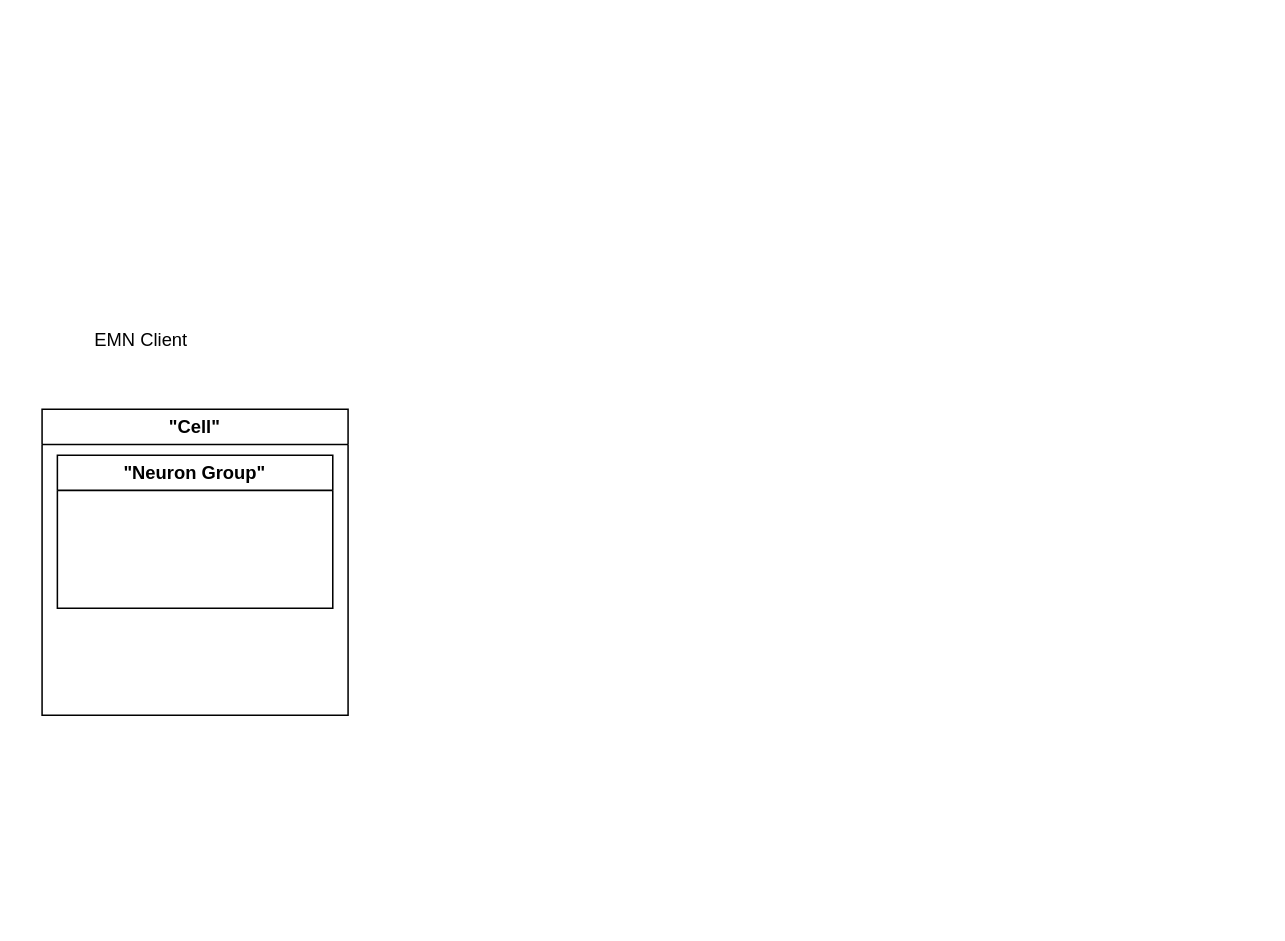
The draw.io diagram Architecture/EMN.drawio in Ihaventusername/EvolutionaryMathbasedNetwork, before the edit. Source tidied: cells renumbered, new cells numbered last; positions are measured from the earlier drawing's top-left corner, leaving out a move shared by most shapes. Both pictures are drawn from the tidied source at 153%, with x=0, y=0 at pixel (41, 317).
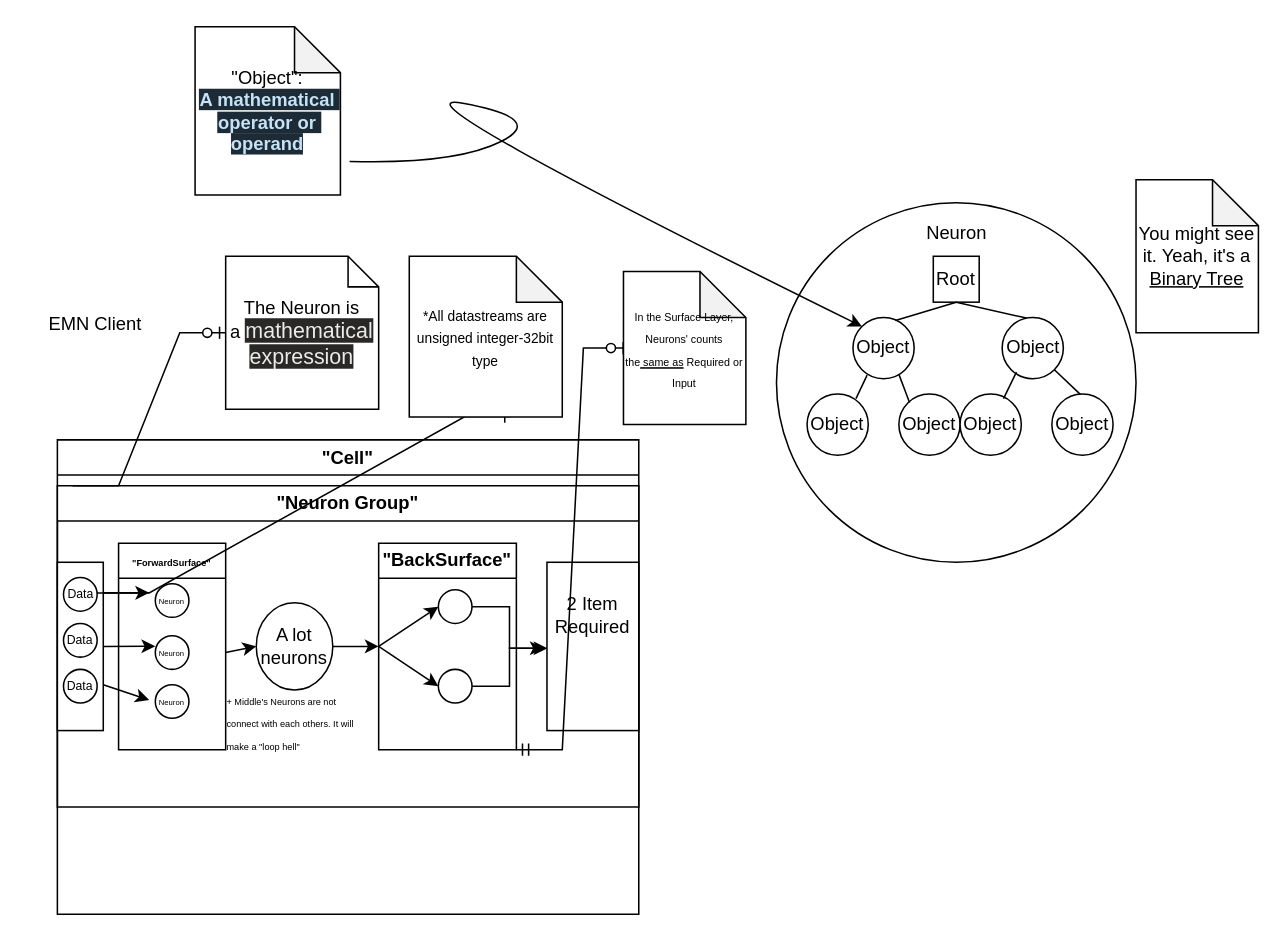
The same diagram, later.

What changed in the source:
```diff
@@
     <mxCell id="2" value="EMN Client" style="text;html=1;whiteSpace=wrap;strokeColor=none;fillColor=none;align=center;verticalAlign=middle;rounded=0;" parent="1" vertex="1">
-      <mxGeometry x="20" width="90" height="30" as="geometry" />
+      <mxGeometry x="-10" y="-10" width="90" height="30" as="geometry" />
     </mxCell>
-    <mxCell id="3" value="&quot;Cell&lt;span style=&quot;background-color: transparent; color: light-dark(rgb(0, 0, 0), rgb(255, 255, 255));&quot;&gt;&quot;&lt;/span&gt;" style="swimlane;whiteSpace=wrap;html=1;" parent="1" vertex="1">
-      <mxGeometry y="60" width="200" height="200" as="geometry" />
+    <mxCell id="3" value="&quot;Cell&lt;span style=&quot;background-color: transparent; color: light-dark(rgb(0, 0, 0), rgb(255, 255, 255));&quot;&gt;&quot;&lt;/span&gt;" style="swimlane;whiteSpace=wrap;html=1;horizontal=1;align=center;" parent="1" vertex="1">
+      <mxGeometry x="10" y="80" width="380" height="310" as="geometry" />
     </mxCell>
     <mxCell id="4" value="&quot;Neuron Group&quot;" style="swimlane;whiteSpace=wrap;html=1;" parent="3" vertex="1">
-      <mxGeometry x="10" y="30" width="180" height="100" as="geometry" />
+      <mxGeometry y="30" width="380" height="210" as="geometry" />
     </mxCell>
+    <mxCell id="5" value="&lt;font style=&quot;font-size: 6px;&quot;&gt;&quot;Forward&lt;/font&gt;&lt;span style=&quot;background-color: transparent; color: light-dark(rgb(0, 0, 0), rgb(255, 255, 255)); font-size: 6px;&quot;&gt;Surface&lt;/span&gt;&lt;span style=&quot;background-color: transparent; color: light-dark(rgb(0, 0, 0), rgb(255, 255, 255)); font-size: 6px;&quot;&gt;&quot;&lt;/span&gt;" style="swimlane;whiteSpace=wrap;html=1;startSize=23;" parent="4" vertex="1">
+      <mxGeometry x="40" y="37.5" width="70" height="135" as="geometry" />
+    </mxCell>
+    <mxCell id="6" style="ellipse;whiteSpace=wrap;html=1;" parent="5" vertex="1">
+      <mxGeometry x="24" y="26.5" width="22" height="22" as="geometry" />
+    </mxCell>
+    <mxCell id="7" style="ellipse;whiteSpace=wrap;html=1;" parent="5" vertex="1">
+      <mxGeometry x="24" y="60.5" width="22" height="22" as="geometry" />
+    </mxCell>
+    <mxCell id="8" style="ellipse;whiteSpace=wrap;html=1;" parent="5" vertex="1">
+      <mxGeometry x="24" y="92.5" width="22" height="22" as="geometry" />
+    </mxCell>
+    <mxCell id="9" value="Neuron" style="text;html=1;whiteSpace=wrap;strokeColor=none;fillColor=none;align=center;verticalAlign=middle;rounded=0;fontSize=5;" parent="5" vertex="1">
+      <mxGeometry x="5" y="22.5" width="60" height="30" as="geometry" />
+    </mxCell>
+    <mxCell id="10" value="Neuron" style="text;html=1;whiteSpace=wrap;strokeColor=none;fillColor=none;align=center;verticalAlign=middle;rounded=0;fontSize=5;" parent="5" vertex="1">
+      <mxGeometry x="5" y="88.5" width="60" height="30" as="geometry" />
+    </mxCell>
+    <mxCell id="11" value="Neuron" style="text;html=1;whiteSpace=wrap;strokeColor=none;fillColor=none;align=center;verticalAlign=middle;rounded=0;fontSize=5;" parent="5" vertex="1">
+      <mxGeometry x="5" y="56.5" width="60" height="30" as="geometry" />
+    </mxCell>
+    <mxCell id="12" style="endArrow=classic;html=1;rounded=0;exitX=0.773;exitY=0.467;exitDx=0;exitDy=0;exitPerimeter=0;entryX=0.25;entryY=0.333;entryDx=0;entryDy=0;entryPerimeter=0;" parent="5" edge="1">
+      <mxGeometry relative="1" as="geometry">
+        <mxPoint x="-10" y="67.5" as="sourcePoint" />
+        <mxPoint x="24" y="67.4" as="targetPoint" />
+      </mxGeometry>
+    </mxCell>
+    <mxCell id="13" style="endArrow=classic;html=1;rounded=0;exitX=0.773;exitY=0.467;exitDx=0;exitDy=0;exitPerimeter=0;entryX=0.25;entryY=0.467;entryDx=0;entryDy=0;entryPerimeter=0;" parent="5" edge="1" target="10">
+      <mxGeometry relative="1" as="geometry">
+        <mxPoint x="-10" y="92.6" as="sourcePoint" />
+      </mxGeometry>
+    </mxCell>
+    <mxCell id="14" value="&quot;BackSurface&lt;span style=&quot;background-color: transparent; color: light-dark(rgb(0, 0, 0), rgb(255, 255, 255));&quot;&gt;&quot;&lt;/span&gt;" style="swimlane;whiteSpace=wrap;html=1;startSize=23;" parent="4" vertex="1">
+      <mxGeometry x="210" y="37.5" width="90" height="135" as="geometry" />
+    </mxCell>
+    <mxCell id="15" style="ellipse;whiteSpace=wrap;html=1;" parent="14" vertex="1">
+      <mxGeometry x="39" y="30.5" width="22" height="22" as="geometry" />
+    </mxCell>
+    <mxCell id="16" style="ellipse;whiteSpace=wrap;html=1;" parent="14" vertex="1">
+      <mxGeometry x="39" y="82.5" width="22" height="22" as="geometry" />
+    </mxCell>
+    <mxCell id="17" style="endArrow=classic;html=1;rounded=0;exitX=0;exitY=0.5;exitDx=0;exitDy=0;entryX=0;entryY=0.5;entryDx=0;entryDy=0;" parent="14" edge="1" source="14" target="15">
+      <mxGeometry relative="1" as="geometry" />
+    </mxCell>
+    <mxCell id="18" style="endArrow=classic;html=1;rounded=0;exitX=0;exitY=0.5;exitDx=0;exitDy=0;entryX=0;entryY=0.5;entryDx=0;entryDy=0;" parent="14" edge="1" source="14" target="16">
+      <mxGeometry relative="1" as="geometry" />
+    </mxCell>
+    <mxCell id="19" style="rounded=0;whiteSpace=wrap;html=1;" parent="4" vertex="1">
+      <mxGeometry y="50" width="30" height="110" as="geometry" />
+    </mxCell>
+    <mxCell id="20" style="rounded=0;whiteSpace=wrap;html=1;" parent="4" vertex="1">
+      <mxGeometry x="320" y="50" width="60" height="110" as="geometry" />
+    </mxCell>
+    <mxCell id="21" style="ellipse;whiteSpace=wrap;html=1;" parent="4" vertex="1">
+      <mxGeometry x="4" y="60" width="22" height="22" as="geometry" />
+    </mxCell>
+    <mxCell id="22" style="ellipse;whiteSpace=wrap;html=1;" parent="4" vertex="1">
+      <mxGeometry x="4" y="90" width="22" height="22" as="geometry" />
+    </mxCell>
+    <mxCell id="23" style="ellipse;whiteSpace=wrap;html=1;" parent="4" vertex="1">
+      <mxGeometry x="4" y="120" width="22" height="22" as="geometry" />
+    </mxCell>
+    <mxCell id="24" value="Data" style="text;html=1;whiteSpace=wrap;strokeColor=none;fillColor=none;align=center;verticalAlign=middle;rounded=0;fontSize=8;" parent="4" vertex="1">
+      <mxGeometry x="-12.5" y="56" width="55" height="30" as="geometry" />
+    </mxCell>
+    <mxCell id="25" value="Data" style="text;html=1;whiteSpace=wrap;strokeColor=none;fillColor=none;align=center;verticalAlign=middle;rounded=0;fontSize=8;" parent="4" vertex="1">
+      <mxGeometry x="-15" y="116" width="60" height="30" as="geometry" />
+    </mxCell>
+    <mxCell id="26" value="Data" style="text;html=1;whiteSpace=wrap;strokeColor=none;fillColor=none;align=center;verticalAlign=middle;rounded=0;fontSize=8;" parent="4" vertex="1">
+      <mxGeometry x="-15" y="86" width="60" height="30" as="geometry" />
+    </mxCell>
+    <mxCell id="27" style="endArrow=classic;html=1;rounded=0;exitX=0.773;exitY=0.467;exitDx=0;exitDy=0;exitPerimeter=0;entryX=0.25;entryY=0.333;entryDx=0;entryDy=0;entryPerimeter=0;" parent="4" edge="1" target="9">
+      <mxGeometry relative="1" as="geometry">
+        <mxPoint x="26" y="70.1" as="sourcePoint" />
+      </mxGeometry>
+    </mxCell>
+    <mxCell id="28" style="edgeStyle=orthogonalEdgeStyle;rounded=0;jettySize=auto;html=1;exitX=1;exitY=0.5;exitDx=0;exitDy=0;entryX=0;entryY=0.5;entryDx=0;entryDy=0;" parent="4" edge="1" source="29" target="14">
+      <mxGeometry relative="1" as="geometry" />
+    </mxCell>
+    <mxCell id="29" value="A lot neurons" style="ellipse;whiteSpace=wrap;html=1;align=center;" parent="4" vertex="1">
+      <mxGeometry x="130" y="76.5" width="50" height="57" as="geometry" />
+    </mxCell>
+    <mxCell id="30" value="&lt;font style=&quot;font-size: 6px;&quot;&gt;+ Middle's Neurons are not connect with each others. It will make a &quot;loop hell&quot;&lt;/font&gt;" style="text;strokeColor=none;fillColor=none;align=left;verticalAlign=top;spacingLeft=4;spacingRight=4;overflow=hidden;whiteSpace=wrap;html=1;" parent="4" vertex="1">
+      <mxGeometry x="105" y="126" width="100" height="54" as="geometry" />
+    </mxCell>
+    <mxCell id="31" style="endArrow=classic;html=1;rounded=0;entryX=0;entryY=0.5;entryDx=0;entryDy=0;" parent="4" edge="1" target="29">
+      <mxGeometry relative="1" as="geometry">
+        <mxPoint x="110" y="109" as="sourcePoint" />
+      </mxGeometry>
+    </mxCell>
+    <mxCell id="32" value="2 Item Required" style="text;html=1;whiteSpace=wrap;strokeColor=none;fillColor=none;align=center;verticalAlign=middle;rounded=0;" parent="4" vertex="1">
+      <mxGeometry x="326.2" y="70" width="47.5" height="30" as="geometry" />
+    </mxCell>
+    <mxCell id="33" style="edgeStyle=orthogonalEdgeStyle;rounded=0;jettySize=auto;html=1;exitX=1;exitY=0.5;exitDx=0;exitDy=0;entryX=-0.035;entryY=0.511;entryDx=0;entryDy=0;entryPerimeter=0;" parent="4" edge="1" source="15" target="20">
+      <mxGeometry relative="1" as="geometry" />
+    </mxCell>
+    <mxCell id="34" style="edgeStyle=orthogonalEdgeStyle;rounded=0;jettySize=auto;html=1;exitX=1;exitY=0.5;exitDx=0;exitDy=0;entryX=0.005;entryY=0.511;entryDx=0;entryDy=0;entryPerimeter=0;" parent="4" edge="1" source="16" target="20">
+      <mxGeometry relative="1" as="geometry" />
+    </mxCell>
+    <mxCell id="35" style="edgeStyle=entityRelationEdgeStyle;fontSize=12;html=1;endArrow=ERzeroToOne;startArrow=ERmandOne;rounded=0;exitX=1;exitY=1;exitDx=0;exitDy=0;" parent="4" edge="1" source="14">
+      <mxGeometry relative="1" as="geometry">
+        <mxPoint x="373.8" y="-90" as="targetPoint" />
+      </mxGeometry>
+    </mxCell>
+    <mxCell id="36" style="edgeStyle=entityRelationEdgeStyle;fontSize=12;html=1;endArrow=ERone;endFill=1;rounded=0;entryX=0.664;entryY=0.998;entryDx=0;entryDy=0;entryPerimeter=0;" parent="3" edge="1" target="39">
+      <mxGeometry relative="1" as="geometry">
+        <mxPoint x="30" y="100" as="sourcePoint" />
+      </mxGeometry>
+    </mxCell>
+    <mxCell id="37" value="The Neuron is a&amp;nbsp;&lt;span style=&quot;color: rgb(237, 235, 233); font-family: Arial, Helvetica, sans-serif; font-size: 14px; text-align: start; background-color: rgb(41, 40, 39);&quot;&gt;mathematical expression&lt;/span&gt;" style="shape=note;size=20;whiteSpace=wrap;html=1;" parent="1" vertex="1">
+      <mxGeometry x="120" y="-40" width="100" height="100" as="geometry" />
+    </mxCell>
+    <mxCell id="38" style="edgeStyle=entityRelationEdgeStyle;fontSize=12;html=1;endArrow=ERzeroToOne;endFill=1;rounded=0;" parent="1" edge="1">
+      <mxGeometry relative="1" as="geometry">
+        <mxPoint x="20" y="110" as="sourcePoint" />
+        <mxPoint x="120" y="10" as="targetPoint" />
+      </mxGeometry>
+    </mxCell>
+    <mxCell id="39" value="&lt;font style=&quot;font-size: 9px;&quot;&gt;*All datastreams are unsigned integer-32bit type&lt;/font&gt;" style="shape=note;whiteSpace=wrap;html=1;backgroundOutline=1;darkOpacity=0.05;" parent="1" vertex="1">
+      <mxGeometry x="240" y="-40" width="100" height="105" as="geometry" />
+    </mxCell>
+    <mxCell id="40" value="&lt;div&gt;&lt;font style=&quot;font-size: 7px;&quot;&gt;In the Surface Layer,&lt;/font&gt;&lt;/div&gt;&lt;font style=&quot;font-size: 7px;&quot;&gt;Neurons' counts the&lt;u&gt;&amp;nbsp;same as&lt;/u&gt; Required or Input&lt;/font&gt;" style="shape=note;whiteSpace=wrap;html=1;backgroundOutline=1;darkOpacity=0.05;" parent="1" vertex="1">
+      <mxGeometry x="380" y="-30" width="80" height="100" as="geometry" />
+    </mxCell>
+    <mxCell id="41" style="ellipse;whiteSpace=wrap;html=1;" parent="1" vertex="1">
+      <mxGeometry x="480" y="-75" width="235" height="235" as="geometry" />
+    </mxCell>
+    <mxCell id="42" value="Neuron" style="text;html=1;whiteSpace=wrap;strokeColor=none;fillColor=none;align=center;verticalAlign=middle;rounded=0;" parent="1" vertex="1">
+      <mxGeometry x="567.5" y="-70" width="60" height="30" as="geometry" />
+    </mxCell>
+    <mxCell id="43" style="whiteSpace=wrap;html=1;" parent="1" vertex="1">
+      <mxGeometry x="582.5" y="-40" width="30" height="30" as="geometry" />
+    </mxCell>
+    <mxCell id="44" value="Root" style="text;html=1;whiteSpace=wrap;strokeColor=none;fillColor=none;align=center;verticalAlign=middle;rounded=0;" parent="1" vertex="1">
+      <mxGeometry x="586.2" y="-30" width="22.5" height="10" as="geometry" />
+    </mxCell>
+    <mxCell id="45" value="Object" style="ellipse;whiteSpace=wrap;html=1;" parent="1" vertex="1">
+      <mxGeometry x="530" width="40" height="40" as="geometry" />
+    </mxCell>
+    <mxCell id="46" value="&lt;font&gt;&quot;Object&quot;:&lt;/font&gt;&lt;div&gt;&lt;span style=&quot;color: rgb(198, 226, 247); font-family: Arial, Helvetica, sans-serif; font-weight: 700; text-align: start; white-space-collapse: preserve; background-color: rgb(29, 43, 54);&quot;&gt;&lt;font&gt;A mathematical operator or operand&lt;/font&gt;&lt;/span&gt;&lt;/div&gt;" style="shape=note;whiteSpace=wrap;html=1;backgroundOutline=1;darkOpacity=0.05;" parent="1" vertex="1">
+      <mxGeometry x="100" y="-190" width="95" height="110" as="geometry" />
+    </mxCell>
+    <mxCell id="47" style="curved=1;endArrow=classic;html=1;rounded=0;entryX=0;entryY=0;entryDx=0;entryDy=0;exitX=1.063;exitY=0.8;exitDx=0;exitDy=0;exitPerimeter=0;" parent="1" edge="1" source="46" target="45">
+      <mxGeometry relative="1" as="geometry">
+        <Array as="points">
+          <mxPoint x="270" y="-100" />
+          <mxPoint x="330" y="-130" />
+          <mxPoint x="220" y="-150" />
+        </Array>
+      </mxGeometry>
+    </mxCell>
+    <mxCell id="48" value="Object" style="ellipse;whiteSpace=wrap;html=1;" parent="1" vertex="1">
+      <mxGeometry x="627.5" width="40" height="40" as="geometry" />
+    </mxCell>
+    <mxCell id="49" value="Object" style="ellipse;whiteSpace=wrap;html=1;" parent="1" vertex="1">
+      <mxGeometry x="500" y="50" width="40" height="40" as="geometry" />
+    </mxCell>
+    <mxCell id="50" value="Object" style="ellipse;whiteSpace=wrap;html=1;" parent="1" vertex="1">
+      <mxGeometry x="560" y="50" width="40" height="40" as="geometry" />
+    </mxCell>
+    <mxCell id="51" value="Object" style="ellipse;whiteSpace=wrap;html=1;" parent="1" vertex="1">
+      <mxGeometry x="600" y="50" width="40" height="40" as="geometry" />
+    </mxCell>
+    <mxCell id="52" value="Object" style="ellipse;whiteSpace=wrap;html=1;" parent="1" vertex="1">
+      <mxGeometry x="660" y="50" width="40" height="40" as="geometry" />
+    </mxCell>
+    <mxCell id="53" style="endArrow=none;html=1;rounded=0;exitX=0.799;exitY=0.075;exitDx=0;exitDy=0;exitPerimeter=0;entryX=0.231;entryY=0.942;entryDx=0;entryDy=0;entryPerimeter=0;" parent="1" edge="1" source="49" target="45">
+      <mxGeometry relative="1" as="geometry" />
+    </mxCell>
+    <mxCell id="54" style="endArrow=none;html=1;rounded=0;exitX=0.174;exitY=0.14;exitDx=0;exitDy=0;exitPerimeter=0;entryX=0.751;entryY=0.93;entryDx=0;entryDy=0;entryPerimeter=0;" parent="1" edge="1" source="50" target="45">
+      <mxGeometry relative="1" as="geometry" />
+    </mxCell>
+    <mxCell id="55" style="endArrow=none;html=1;rounded=0;exitX=0.71;exitY=0.075;exitDx=0;exitDy=0;exitPerimeter=0;entryX=0.233;entryY=0.894;entryDx=0;entryDy=0;entryPerimeter=0;" parent="1" edge="1" source="51" target="48">
+      <mxGeometry relative="1" as="geometry" />
+    </mxCell>
+    <mxCell id="56" style="endArrow=none;html=1;rounded=0;exitX=0.465;exitY=0.006;exitDx=0;exitDy=0;exitPerimeter=0;entryX=1;entryY=1;entryDx=0;entryDy=0;" parent="1" edge="1" source="52" target="48">
+      <mxGeometry relative="1" as="geometry" />
+    </mxCell>
+    <mxCell id="57" style="endArrow=none;html=1;rounded=0;exitX=0.694;exitY=0.051;exitDx=0;exitDy=0;exitPerimeter=0;entryX=0.5;entryY=1;entryDx=0;entryDy=0;" parent="1" edge="1" source="45" target="43">
+      <mxGeometry relative="1" as="geometry" />
+    </mxCell>
+    <mxCell id="58" style="endArrow=none;html=1;rounded=0;exitX=0.5;exitY=1;exitDx=0;exitDy=0;entryX=0.398;entryY=0.01;entryDx=0;entryDy=0;entryPerimeter=0;" parent="1" edge="1" source="43" target="48">
+      <mxGeometry relative="1" as="geometry" />
+    </mxCell>
+    <mxCell id="59" value="You might see it. Yeah, it's a &lt;u&gt;Binary Tree&lt;/u&gt;" style="shape=note;whiteSpace=wrap;html=1;backgroundOutline=1;darkOpacity=0.05;" parent="1" vertex="1">
+      <mxGeometry x="715" y="-90" width="80" height="100" as="geometry" />
+    </mxCell>
```
